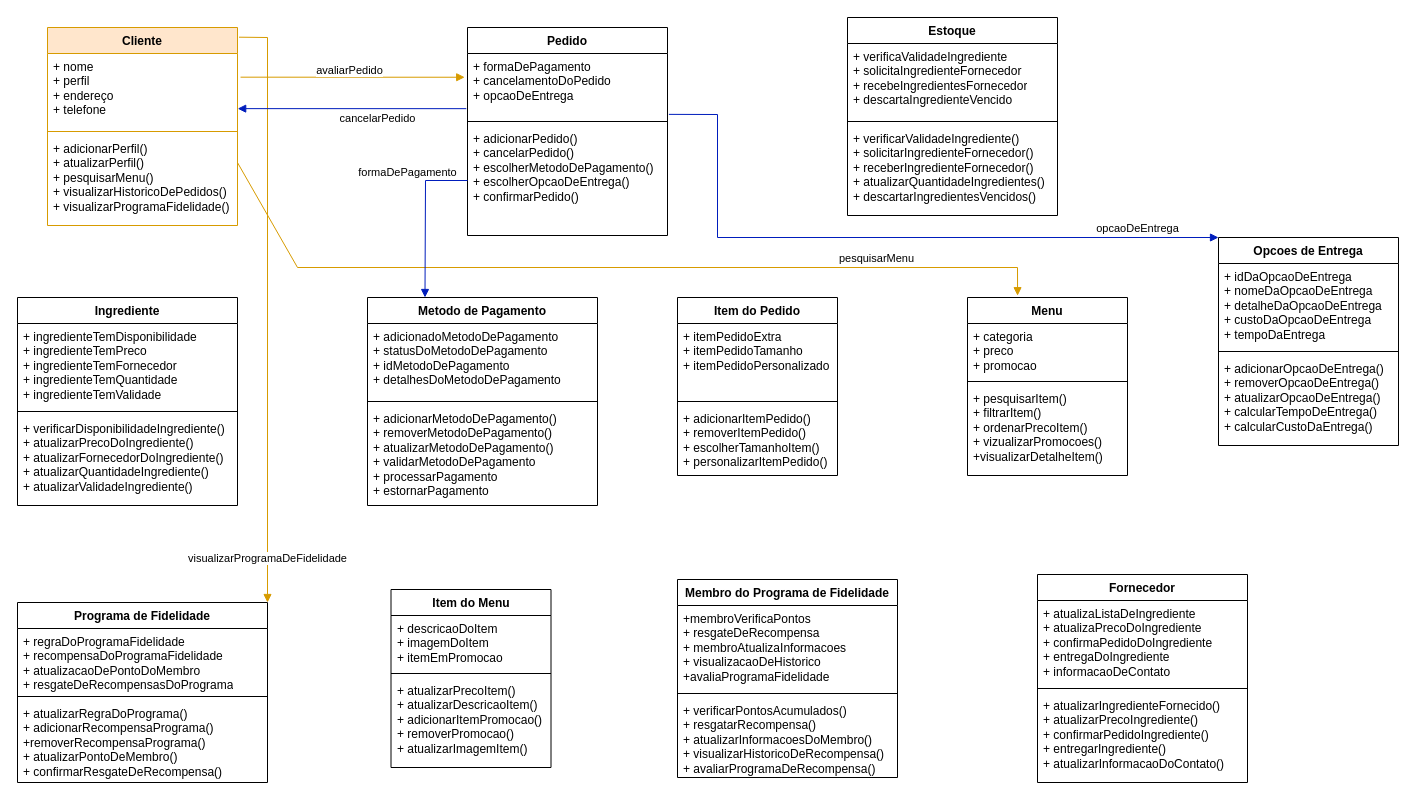
Above: DiagramaDeClasses.drawio in JORGEMELO21/StarupSequencial (draw.io), before the change. Source tidied: cells renumbered, new cells numbered last; positions are measured from the earlier drawing's top-left corner, leaving out a move shared by most shapes. Both pictures are drawn from the tidied source at 100%, with x=0, y=0 at pixel (17, 17).
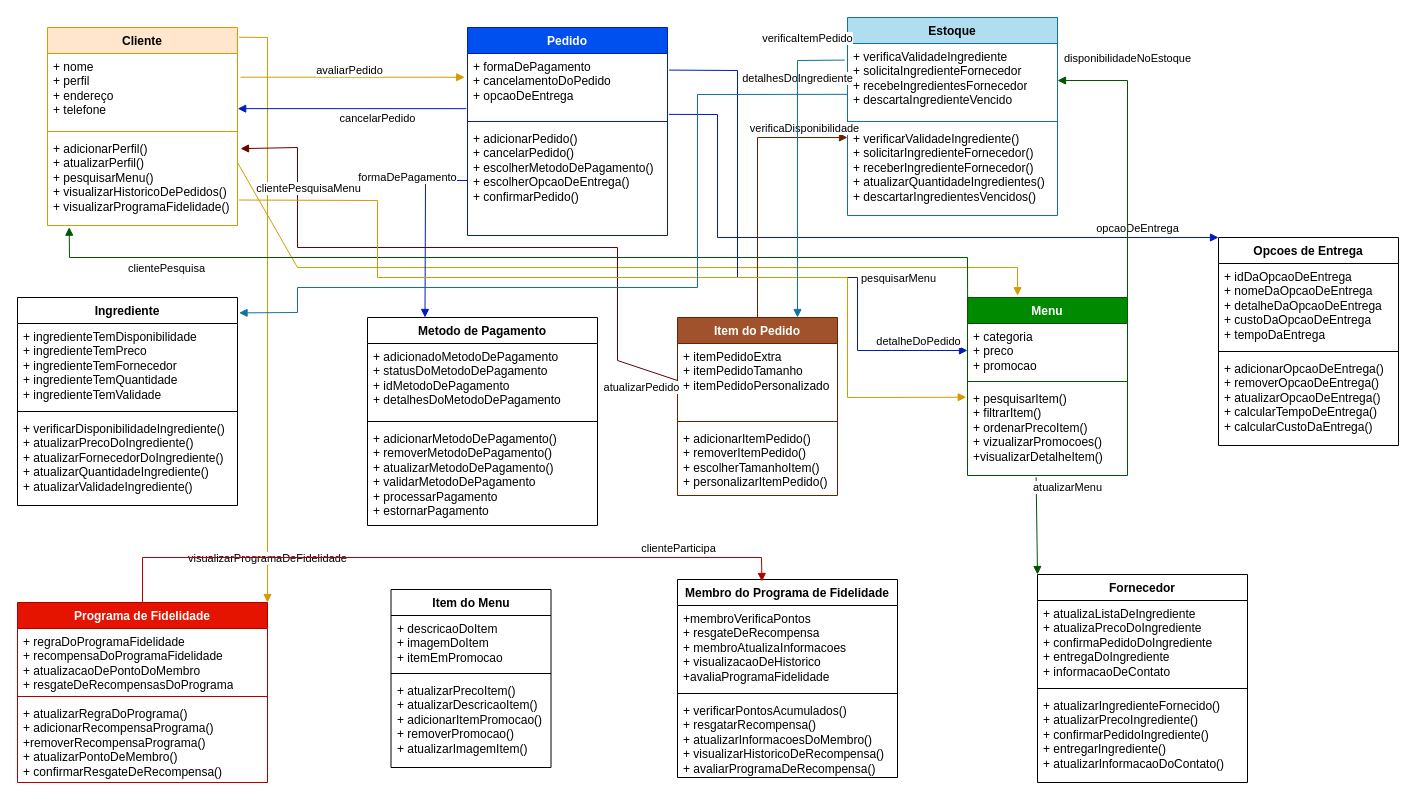
Above is the later version.

Unchanged cells that the change refers to:
```xml
<mxCell id="5" value="+ adicionarPerfil() &lt;br&gt;+ atualizarPerfil() &lt;br&gt;+ pesquisarMenu() &lt;br&gt;+ visualizarHistoricoDePedidos()&lt;br&gt; + visualizarProgramaFidelidade()&lt;br&gt;" style="text;strokeColor=none;fillColor=none;align=left;verticalAlign=top;spacingLeft=4;spacingRight=4;overflow=hidden;points=[[0,0.5],[1,0.5]];portConstraint=eastwest;whiteSpace=wrap;html=1;" parent="2" vertex="1">
  <mxGeometry y="108" width="190" height="90" as="geometry" />
</mxCell>
<mxCell id="7" value="+ formaDePagamento &lt;br&gt;+ cancelamentoDoPedido&lt;br&gt;+ opcaoDeEntrega&lt;br&gt;" style="text;strokeColor=none;fillColor=none;align=left;verticalAlign=top;spacingLeft=4;spacingRight=4;overflow=hidden;points=[[0,0.5],[1,0.5]];portConstraint=eastwest;whiteSpace=wrap;html=1;" parent="6" vertex="1">
  <mxGeometry y="26" width="200" height="64" as="geometry" />
</mxCell>
<mxCell id="11" value="+ itemPedidoExtra&lt;br&gt;+ itemPedidoTamanho&lt;br&gt;+ itemPedidoPersonalizado&lt;br&gt;" style="text;strokeColor=none;fillColor=none;align=left;verticalAlign=top;spacingLeft=4;spacingRight=4;overflow=hidden;points=[[0,0.5],[1,0.5]];portConstraint=eastwest;whiteSpace=wrap;html=1;" parent="10" vertex="1">
  <mxGeometry y="26" width="160" height="74" as="geometry" />
</mxCell>
<mxCell id="15" value="+ categoria&lt;br&gt;+ preco&lt;br&gt;+ promocao&lt;br&gt;&lt;br&gt;" style="text;strokeColor=none;fillColor=none;align=left;verticalAlign=top;spacingLeft=4;spacingRight=4;overflow=hidden;points=[[0,0.5],[1,0.5]];portConstraint=eastwest;whiteSpace=wrap;html=1;" parent="14" vertex="1">
  <mxGeometry y="26" width="160" height="54" as="geometry" />
</mxCell>
<mxCell id="17" value="+ pesquisarItem()&lt;br&gt;+ filtrarItem()&lt;br&gt;+ ordenarPrecoItem()&lt;br&gt;+ vizualizarPromocoes()&lt;br&gt;+visualizarDetalheItem()&lt;br&gt;" style="text;strokeColor=none;fillColor=none;align=left;verticalAlign=top;spacingLeft=4;spacingRight=4;overflow=hidden;points=[[0,0.5],[1,0.5]];portConstraint=eastwest;whiteSpace=wrap;html=1;" parent="14" vertex="1">
  <mxGeometry y="88" width="160" height="90" as="geometry" />
</mxCell>
<mxCell id="23" value="+ verificaValidadeIngrediente&lt;br&gt;+ solicitaIngredienteFornecedor&lt;br&gt;+ recebeIngredientesFornecedor&lt;br&gt;+ descartaIngredienteVencido&lt;br&gt;" style="text;strokeColor=none;fillColor=none;align=left;verticalAlign=top;spacingLeft=4;spacingRight=4;overflow=hidden;points=[[0,0.5],[1,0.5]];portConstraint=eastwest;whiteSpace=wrap;html=1;" parent="22" vertex="1">
  <mxGeometry y="26" width="210" height="74" as="geometry" />
</mxCell>
<mxCell id="26" value="Ingrediente" style="swimlane;fontStyle=1;align=center;verticalAlign=top;horizontal=1;startSize=26;whiteSpace=wrap;html=1;" parent="1" vertex="1">
  <mxGeometry y="280" width="220" height="208" as="geometry" />
</mxCell>
<mxCell id="30" value="Fornecedor" style="swimlane;fontStyle=1;align=center;verticalAlign=top;horizontal=1;startSize=26;whiteSpace=wrap;html=1;" parent="1" vertex="1">
  <mxGeometry x="1020" y="557" width="210" height="208" as="geometry" />
</mxCell>
<mxCell id="38" value="Membro do Programa de Fidelidade" style="swimlane;fontStyle=1;align=center;verticalAlign=top;horizontal=1;startSize=26;whiteSpace=wrap;html=1;" parent="1" vertex="1">
  <mxGeometry x="660" y="562" width="220" height="198" as="geometry" />
</mxCell>
```

What changed in the source:
```diff
@@
-    <mxCell id="6" value="Pedido" style="swimlane;fontStyle=1;align=center;verticalAlign=top;horizontal=1;startSize=26;whiteSpace=wrap;html=1;" parent="1" vertex="1">
+    <mxCell id="6" value="Pedido" style="swimlane;fontStyle=1;align=center;verticalAlign=top;horizontal=1;startSize=26;whiteSpace=wrap;html=1;fillColor=#0050ef;fontColor=#ffffff;strokeColor=#001DBC;" parent="1" vertex="1">
       <mxGeometry x="450" y="10" width="200" height="208" as="geometry" />
     </mxCell>
@@
-    <mxCell id="10" value="Item do Pedido" style="swimlane;fontStyle=1;align=center;verticalAlign=top;horizontal=1;startSize=26;whiteSpace=wrap;html=1;" parent="1" vertex="1">
-      <mxGeometry x="660" y="280" width="160" height="178" as="geometry" />
+    <mxCell id="10" value="Item do Pedido" style="swimlane;fontStyle=1;align=center;verticalAlign=top;horizontal=1;startSize=26;whiteSpace=wrap;html=1;fillColor=#a0522d;fontColor=#ffffff;strokeColor=#6D1F00;" parent="1" vertex="1">
+      <mxGeometry x="660" y="300" width="160" height="178" as="geometry" />
     </mxCell>
@@
-    <mxCell id="14" value="Menu" style="swimlane;fontStyle=1;align=center;verticalAlign=top;horizontal=1;startSize=26;whiteSpace=wrap;html=1;" parent="1" vertex="1">
+    <mxCell id="14" value="Menu" style="swimlane;fontStyle=1;align=center;verticalAlign=top;horizontal=1;startSize=26;whiteSpace=wrap;html=1;fillColor=#008a00;fontColor=#ffffff;strokeColor=#005700;" parent="1" vertex="1">
       <mxGeometry x="950" y="280" width="160" height="178" as="geometry" />
     </mxCell>
@@
-    <mxCell id="22" value="Estoque" style="swimlane;fontStyle=1;align=center;verticalAlign=top;horizontal=1;startSize=26;whiteSpace=wrap;html=1;" parent="1" vertex="1">
+    <mxCell id="22" value="Estoque" style="swimlane;fontStyle=1;align=center;verticalAlign=top;horizontal=1;startSize=26;whiteSpace=wrap;html=1;fillColor=#b1ddf0;strokeColor=#10739e;" parent="1" vertex="1">
       <mxGeometry x="830" width="210" height="198" as="geometry" />
     </mxCell>
@@
-    <mxCell id="34" value="Programa de Fidelidade" style="swimlane;fontStyle=1;align=center;verticalAlign=top;horizontal=1;startSize=26;whiteSpace=wrap;html=1;" parent="1" vertex="1">
+    <mxCell id="34" value="Programa de Fidelidade" style="swimlane;fontStyle=1;align=center;verticalAlign=top;horizontal=1;startSize=26;whiteSpace=wrap;html=1;fillColor=#e51400;fontColor=#ffffff;strokeColor=#B20000;" parent="1" vertex="1">
       <mxGeometry y="585" width="250" height="180" as="geometry" />
     </mxCell>
@@
     <mxCell id="44" value="pesquisarMenu" style="html=1;verticalAlign=bottom;endArrow=block;curved=0;rounded=0;exitX=1.001;exitY=0.305;exitDx=0;exitDy=0;exitPerimeter=0;entryX=0.313;entryY=-0.01;entryDx=0;entryDy=0;entryPerimeter=0;fillColor=#ffe6cc;strokeColor=#d79b00;" parent="1" edge="1" source="5" target="14">
-      <mxGeometry x="0.61" relative="1" as="geometry">
+      <mxGeometry x="0.66" y="-20" relative="1" as="geometry">
         <Array as="points">
           <mxPoint x="280" y="250" />
           <mxPoint x="1000" y="250" />
         </Array>
       </mxGeometry>
     </mxCell>
@@
     <mxCell id="47" value="Metodo de Pagamento" style="swimlane;fontStyle=1;align=center;verticalAlign=top;horizontal=1;startSize=26;whiteSpace=wrap;html=1;" parent="1" vertex="1">
-      <mxGeometry x="350" y="280" width="230" height="208" as="geometry" />
+      <mxGeometry x="350" y="300" width="230" height="208" as="geometry" />
     </mxCell>
@@
+    <mxCell id="57" value="clientePesquisa" style="html=1;verticalAlign=bottom;endArrow=block;curved=0;rounded=0;exitX=0.001;exitY=0.087;exitDx=0;exitDy=0;exitPerimeter=0;entryX=0.114;entryY=1.019;entryDx=0;entryDy=0;entryPerimeter=0;fillColor=#008a00;strokeColor=#005700;" parent="1" edge="1" source="14" target="5">
+      <mxGeometry x="0.74" y="20" relative="1" as="geometry">
+        <Array as="points">
+          <mxPoint x="950" y="240" />
+          <mxPoint x="52" y="240" />
+        </Array>
+      </mxGeometry>
+    </mxCell>
+    <mxCell id="58" value="clienteParticipa" style="html=1;verticalAlign=bottom;endArrow=block;curved=0;rounded=0;entryX=0.384;entryY=0.01;entryDx=0;entryDy=0;entryPerimeter=0;exitX=0.5;exitY=0;exitDx=0;exitDy=0;fillColor=#e51400;strokeColor=#B20000;" parent="1" edge="1" source="34" target="38">
+      <mxGeometry x="0.69" relative="1" as="geometry">
+        <Array as="points">
+          <mxPoint x="125" y="540" />
+          <mxPoint x="744" y="540" />
+        </Array>
+      </mxGeometry>
+    </mxCell>
+    <mxCell id="59" value="verificaDisponibilidade" style="html=1;verticalAlign=bottom;endArrow=block;curved=0;rounded=0;exitX=0.5;exitY=0;exitDx=0;exitDy=0;fillColor=#a0522d;strokeColor=#6D1F00;" parent="1" edge="1" source="10">
+      <mxGeometry x="0.68" relative="1" as="geometry">
+        <mxPoint x="830" y="120" as="targetPoint" />
+        <Array as="points">
+          <mxPoint x="740" y="120" />
+        </Array>
+      </mxGeometry>
+    </mxCell>
+    <mxCell id="60" value="detalheDoPedido" style="html=1;verticalAlign=bottom;endArrow=block;curved=0;rounded=0;exitX=1.008;exitY=0.259;exitDx=0;exitDy=0;exitPerimeter=0;entryX=0;entryY=0.5;entryDx=0;entryDy=0;fillColor=#0050ef;strokeColor=#001DBC;" parent="1" edge="1" source="7" target="15">
+      <mxGeometry x="0.83" relative="1" as="geometry">
+        <Array as="points">
+          <mxPoint x="720" y="53" />
+          <mxPoint x="720" y="260" />
+          <mxPoint x="840" y="260" />
+          <mxPoint x="840" y="333" />
+        </Array>
+      </mxGeometry>
+    </mxCell>
+    <mxCell id="61" value="atualizarPedido" style="html=1;verticalAlign=bottom;endArrow=block;curved=0;rounded=0;entryX=1.016;entryY=0.146;entryDx=0;entryDy=0;entryPerimeter=0;exitX=0;exitY=0.5;exitDx=0;exitDy=0;fillColor=#a20025;strokeColor=#6F0000;" parent="1" edge="1" source="11" target="5">
+      <mxGeometry x="-0.91" y="27" relative="1" as="geometry">
+        <Array as="points">
+          <mxPoint x="600" y="343" />
+          <mxPoint x="600" y="230" />
+          <mxPoint x="280" y="230" />
+          <mxPoint x="280" y="130" />
+        </Array>
+      </mxGeometry>
+    </mxCell>
+    <mxCell id="62" value="atualizarMenu" style="html=1;verticalAlign=bottom;endArrow=block;curved=0;rounded=0;entryX=0;entryY=0;entryDx=0;entryDy=0;exitX=0.429;exitY=1.019;exitDx=0;exitDy=0;exitPerimeter=0;fillColor=#008a00;strokeColor=#005700;" parent="1" edge="1" source="17" target="30">
+      <mxGeometry x="-0.57" y="31" relative="1" as="geometry">
+        <mxPoint y="-1" as="offset" />
+      </mxGeometry>
+    </mxCell>
+    <mxCell id="63" value="disponibilidadeNoEstoque" style="html=1;verticalAlign=bottom;endArrow=block;curved=0;rounded=0;exitX=1;exitY=0;exitDx=0;exitDy=0;entryX=1;entryY=0.5;entryDx=0;entryDy=0;fillColor=#008a00;strokeColor=#005700;" parent="1" edge="1" source="14" target="23">
+      <mxGeometry x="0.51" y="-13" relative="1" as="geometry">
+        <Array as="points">
+          <mxPoint x="1110" y="63" />
+        </Array>
+      </mxGeometry>
+    </mxCell>
+    <mxCell id="64" value="clientePesquisaMenu" style="html=1;verticalAlign=bottom;endArrow=block;curved=0;rounded=0;exitX=1.008;exitY=0.717;exitDx=0;exitDy=0;exitPerimeter=0;entryX=-0.008;entryY=0.13;entryDx=0;entryDy=0;entryPerimeter=0;fillColor=#ffe6cc;strokeColor=#d79b00;" parent="1" edge="1" source="5" target="17">
+      <mxGeometry x="-0.85" y="3" relative="1" as="geometry">
+        <Array as="points">
+          <mxPoint x="360" y="183" />
+          <mxPoint x="360" y="260" />
+          <mxPoint x="830" y="260" />
+          <mxPoint x="830" y="380" />
+        </Array>
+      </mxGeometry>
+    </mxCell>
+    <mxCell id="65" value="detalhesDoIngrediente" style="html=1;verticalAlign=bottom;endArrow=block;curved=0;rounded=0;exitX=0.001;exitY=0.687;exitDx=0;exitDy=0;exitPerimeter=0;entryX=1.007;entryY=0.074;entryDx=0;entryDy=0;entryPerimeter=0;fillColor=#b1ddf0;strokeColor=#10739e;" parent="1" edge="1" source="23" target="26">
+      <mxGeometry x="-0.88" y="-7" relative="1" as="geometry">
+        <Array as="points">
+          <mxPoint x="680" y="77" />
+          <mxPoint x="680" y="270" />
+          <mxPoint x="280" y="270" />
+          <mxPoint x="280" y="295" />
+        </Array>
+      </mxGeometry>
+    </mxCell>
+    <mxCell id="66" value="verificaItemPedido" style="html=1;verticalAlign=bottom;endArrow=block;curved=0;rounded=0;entryX=0.75;entryY=0;entryDx=0;entryDy=0;exitX=-0.013;exitY=0.224;exitDx=0;exitDy=0;exitPerimeter=0;fillColor=#b1ddf0;strokeColor=#10739e;" parent="1" edge="1" source="23" target="10">
+      <mxGeometry x="-0.76" y="-13" relative="1" as="geometry">
+        <Array as="points">
+          <mxPoint x="780" y="43" />
+        </Array>
+      </mxGeometry>
+    </mxCell>
```
